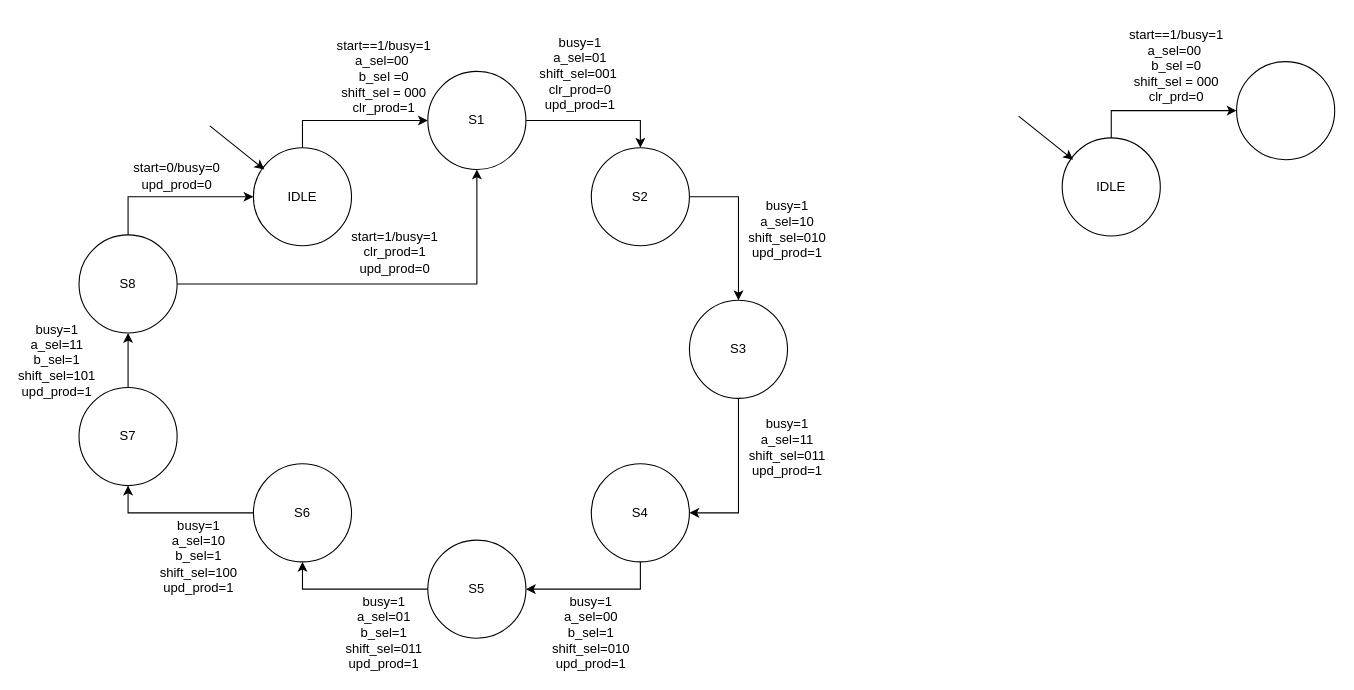
Earlier version of the draw.io diagram page "Page-1" (1 of 2) of Untitled Diagram.drawio (lioriky6/lioriky6). Source tidied: cells renumbered, new cells numbered last; positions are measured from the earlier drawing's top-left corner, leaving out a move shared by most shapes. Both pictures are drawn from the tidied source at 109%, with x=0, y=0 at pixel (24, 49).
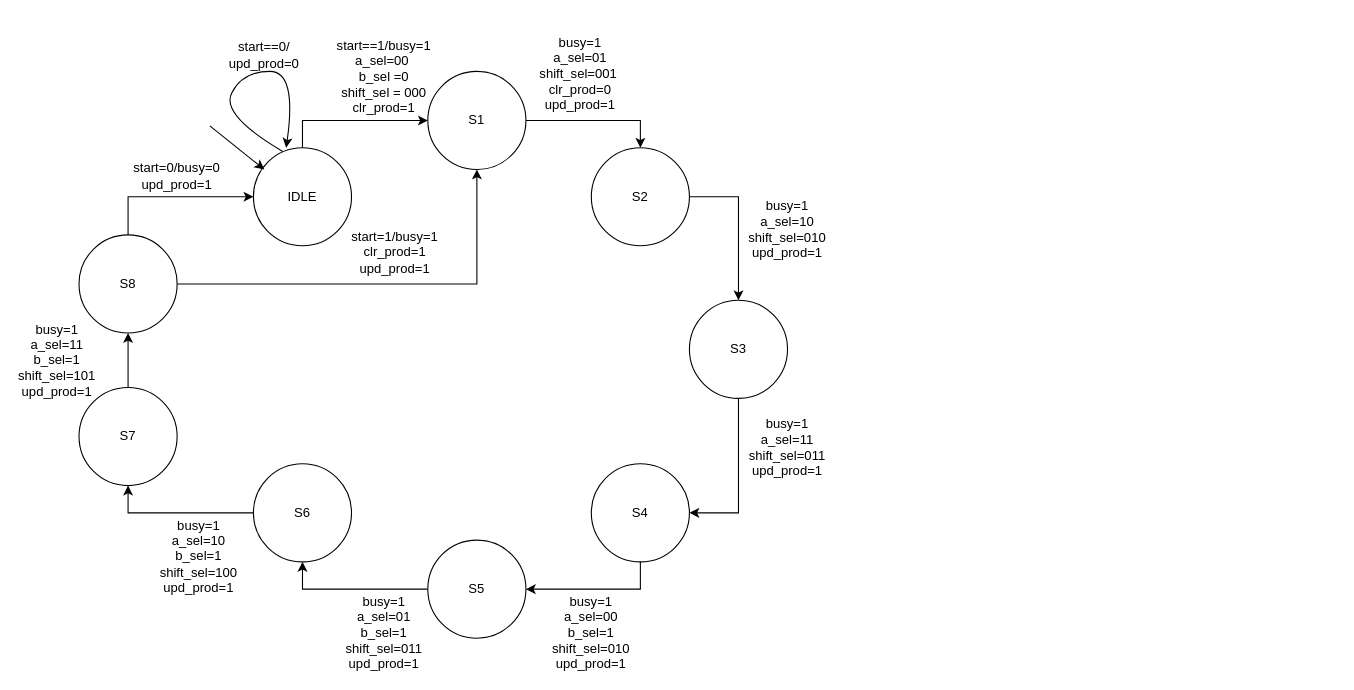
After the change.

Unchanged cells that the change refers to:
```xml
<mxCell id="3" value="IDLE" style="ellipse;whiteSpace=wrap;html=1;" parent="1" vertex="1">
  <mxGeometry x="210" y="90" width="90" height="90" as="geometry" />
</mxCell>
```

Change to the diagram source:
```diff
@@
-    <mxCell id="22" value="start=0/busy=0&lt;div&gt;upd_prod=0&lt;/div&gt;" style="text;html=1;align=center;verticalAlign=middle;whiteSpace=wrap;rounded=0;" parent="1" vertex="1">
+    <mxCell id="22" value="start=0/busy=0&lt;div&gt;upd_prod=1&lt;/div&gt;" style="text;html=1;align=center;verticalAlign=middle;whiteSpace=wrap;rounded=0;" parent="1" vertex="1">
       <mxGeometry x="110" y="101" width="60" height="30" as="geometry" />
     </mxCell>
@@
-    <mxCell id="31" value="&lt;div&gt;&lt;span style=&quot;background-color: transparent; color: light-dark(rgb(0, 0, 0), rgb(255, 255, 255));&quot;&gt;start=1/busy=1&lt;/span&gt;&lt;/div&gt;&lt;div&gt;clr_prod=1&lt;/div&gt;&lt;div&gt;upd_prod=0&lt;/div&gt;" style="text;html=1;align=center;verticalAlign=middle;whiteSpace=wrap;rounded=0;" parent="1" vertex="1">
+    <mxCell id="31" value="&lt;div&gt;&lt;span style=&quot;background-color: transparent; color: light-dark(rgb(0, 0, 0), rgb(255, 255, 255));&quot;&gt;start=1/busy=1&lt;/span&gt;&lt;/div&gt;&lt;div&gt;clr_prod=1&lt;/div&gt;&lt;div&gt;upd_prod=1&lt;/div&gt;" style="text;html=1;align=center;verticalAlign=middle;whiteSpace=wrap;rounded=0;" parent="1" vertex="1">
       <mxGeometry x="310" y="171" width="60" height="30" as="geometry" />
     </mxCell>
-    <mxCell id="32" style="edgeStyle=orthogonalEdgeStyle;rounded=0;jettySize=auto;html=1;exitX=0.5;exitY=0;exitDx=0;exitDy=0;entryX=0;entryY=0.5;entryDx=0;entryDy=0;" parent="1" edge="1" source="33" target="34">
-      <mxGeometry relative="1" as="geometry" />
-    </mxCell>
-    <mxCell id="33" value="IDLE" style="ellipse;whiteSpace=wrap;html=1;" parent="1" vertex="1">
-      <mxGeometry x="952" y="81" width="90" height="90" as="geometry" />
-    </mxCell>
-    <mxCell id="34" style="ellipse;whiteSpace=wrap;html=1;" parent="1" vertex="1">
-      <mxGeometry x="1112" y="11" width="90" height="90" as="geometry" />
-    </mxCell>
-    <mxCell id="35" style="endArrow=classic;html=1;rounded=0;" parent="1" edge="1">
-      <mxGeometry relative="1" as="geometry">
-        <mxPoint x="912" y="61" as="sourcePoint" />
-        <mxPoint x="962" y="101" as="targetPoint" />
-      </mxGeometry>
-    </mxCell>
-    <mxCell id="36" value="start==1/busy=1&lt;div&gt;a_sel=00&amp;nbsp;&lt;/div&gt;&lt;div&gt;&lt;span style=&quot;background-color: transparent; color: light-dark(rgb(0, 0, 0), rgb(255, 255, 255));&quot;&gt;b_sel =0&lt;/span&gt;&lt;/div&gt;&lt;div&gt;shift_sel = 000&lt;/div&gt;&lt;div&gt;clr_prd=0&lt;/div&gt;" style="text;html=1;align=center;verticalAlign=middle;whiteSpace=wrap;rounded=0;" parent="1" vertex="1">
-      <mxGeometry x="1002" width="110" height="30" as="geometry" />
-    </mxCell>
+    <mxCell id="37" style="curved=1;endArrow=classic;html=1;rounded=0;exitX=0.298;exitY=0.038;exitDx=0;exitDy=0;exitPerimeter=0;" parent="1" edge="1" source="3">
+      <mxGeometry relative="1" as="geometry">
+        <mxPoint x="240" y="90" as="targetPoint" />
+        <Array as="points">
+          <mxPoint x="180" y="60" />
+          <mxPoint x="200" y="20" />
+          <mxPoint x="250" y="20" />
+        </Array>
+      </mxGeometry>
+    </mxCell>
+    <mxCell id="38" value="start==0/&lt;div&gt;upd_prod=0&lt;/div&gt;" style="text;html=1;align=center;verticalAlign=middle;whiteSpace=wrap;rounded=0;" parent="1" vertex="1">
+      <mxGeometry x="190" y="-10" width="60" height="30" as="geometry" />
+    </mxCell>
```
